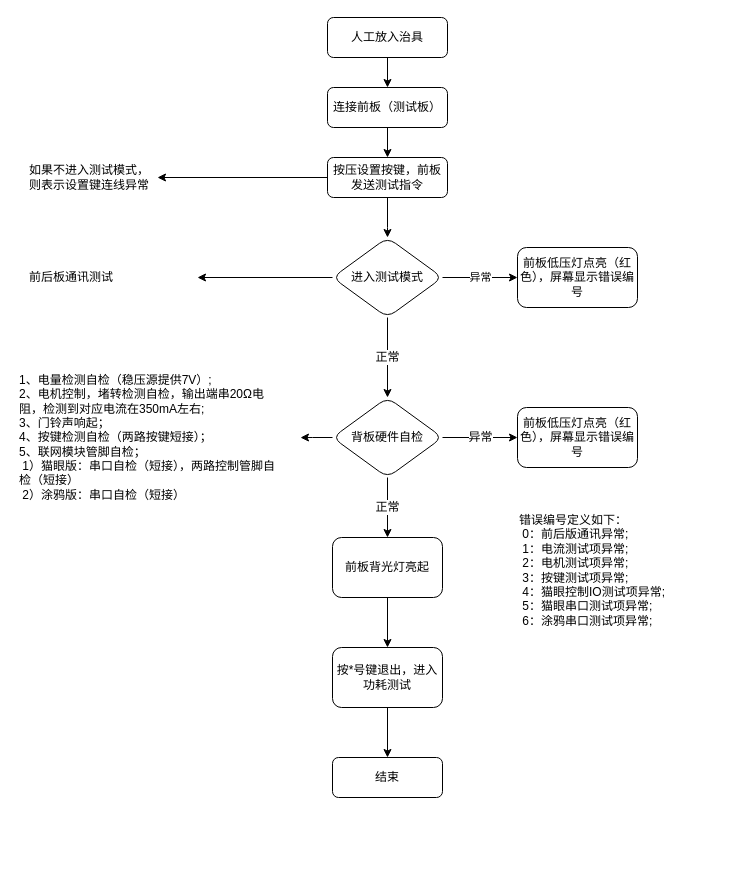
The draw.io diagram Untitled Diagram.drawio in Joho-Liang/GitHub-project, before the edit. Source tidied: cells renumbered, new cells numbered last; positions are measured from the earlier drawing's top-left corner, leaving out a move shared by most shapes. Both pictures are drawn from the tidied source at 100%, with x=0, y=0 at pixel (17, 17).
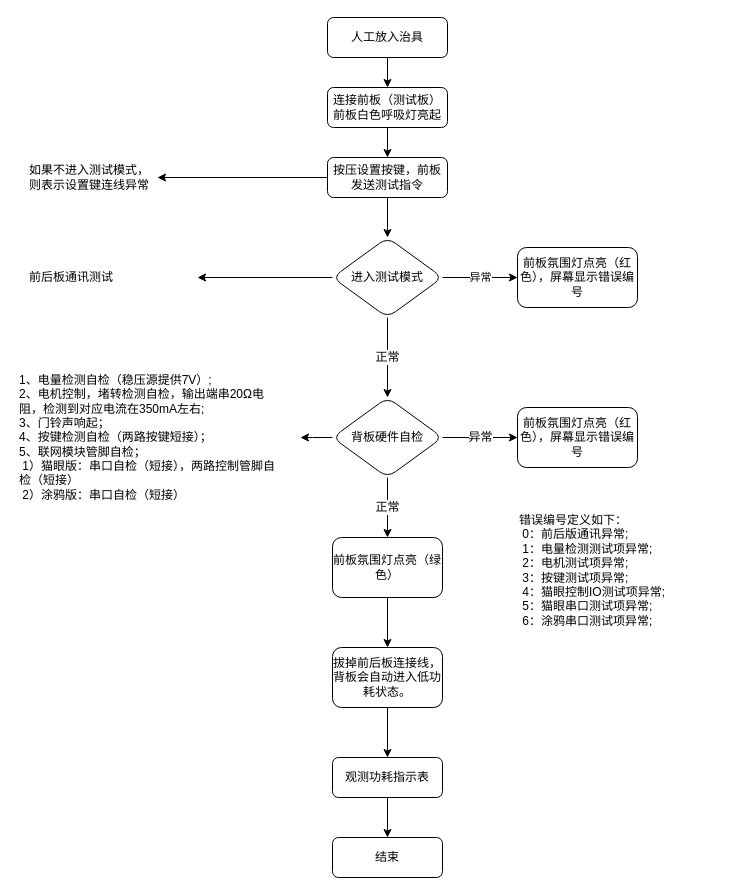
After the change.

What changed in the source:
```diff
@@
-    <mxCell id="5" value="连接前板（测试板）" style="rounded=1;whiteSpace=wrap;html=1;" parent="1" vertex="1">
+    <mxCell id="5" value="连接前板（测试板）&lt;br&gt;前板白色呼吸灯亮起" style="rounded=1;whiteSpace=wrap;html=1;" parent="1" vertex="1">
       <mxGeometry x="310" y="70" width="120" height="40" as="geometry" />
     </mxCell>
@@
-    <mxCell id="12" value="前板低压灯点亮（红色），屏幕显示错误编号" style="whiteSpace=wrap;html=1;rounded=1;" parent="1" vertex="1">
+    <mxCell id="12" value="前板氛围灯点亮（红色），屏幕显示错误编号" style="whiteSpace=wrap;html=1;rounded=1;" parent="1" vertex="1">
       <mxGeometry x="500" y="230" width="120" height="60" as="geometry" />
     </mxCell>
@@
-    <mxCell id="19" value="&lt;span&gt;前板低压灯点亮（红色），&lt;/span&gt;屏幕显示错误编号" style="whiteSpace=wrap;html=1;rounded=1;" parent="1" vertex="1">
+    <mxCell id="19" value="前板氛围灯点亮&lt;span&gt;（红色），&lt;/span&gt;屏幕显示错误编号" style="whiteSpace=wrap;html=1;rounded=1;" parent="1" vertex="1">
       <mxGeometry x="500" y="390" width="120" height="60" as="geometry" />
     </mxCell>
@@
-    <mxCell id="22" value="前板背光灯亮起" style="rounded=1;whiteSpace=wrap;html=1;fontSize=12;align=center;" parent="1" vertex="1">
+    <mxCell id="22" value="前板氛围灯点亮（绿色）" style="rounded=1;whiteSpace=wrap;html=1;fontSize=12;align=center;" parent="1" vertex="1">
       <mxGeometry x="315" y="520" width="110" height="60" as="geometry" />
     </mxCell>
@@
-    <mxCell id="24" value="按*号键退出，进入功耗测试" style="whiteSpace=wrap;html=1;rounded=1;" parent="1" vertex="1">
+    <mxCell id="24" value="拔掉前后板连接线，背板会自动进入低功耗状态。" style="whiteSpace=wrap;html=1;rounded=1;" parent="1" vertex="1">
       <mxGeometry x="315" y="630" width="110" height="60" as="geometry" />
     </mxCell>
+    <mxCell id="28" style="edgeStyle=orthogonalEdgeStyle;rounded=0;jettySize=auto;html=1;fontSize=12;" parent="1" edge="1" source="25" target="29">
+      <mxGeometry relative="1" as="geometry" />
+    </mxCell>
-    <mxCell id="25" value="结束" style="whiteSpace=wrap;html=1;rounded=1;" parent="1" vertex="1">
+    <mxCell id="25" value="观测功耗指示表" style="whiteSpace=wrap;html=1;rounded=1;" parent="1" vertex="1">
       <mxGeometry x="315" y="740" width="110" height="40" as="geometry" />
     </mxCell>
@@
-    <mxCell id="27" value="错误编号定义如下：&lt;br&gt;&lt;span style=&quot;white-space: pre&quot;&gt; &lt;/span&gt;0：前后版通讯异常;&lt;br&gt;&lt;span style=&quot;white-space: pre&quot;&gt; &lt;/span&gt;1：电流测试项异常;&lt;br&gt;&lt;span style=&quot;white-space: pre&quot;&gt; &lt;/span&gt;2：电机测试项异常;&lt;br&gt;&lt;span style=&quot;white-space: pre&quot;&gt; &lt;/span&gt;3：按键测试项异常;&lt;br&gt;&lt;span style=&quot;white-space: pre&quot;&gt; &lt;/span&gt;4：猫眼控制IO测试项异常;&lt;br&gt;&lt;span style=&quot;white-space: pre&quot;&gt; &lt;/span&gt;5：猫眼串口测试项异常;&lt;br&gt;&lt;span style=&quot;white-space: pre&quot;&gt; &lt;/span&gt;6：涂鸦串口测试项异常;" style="text;html=1;strokeColor=none;fillColor=none;align=left;verticalAlign=middle;whiteSpace=wrap;rounded=0;fontSize=12;" parent="1" vertex="1">
+    <mxCell id="27" value="错误编号定义如下：&lt;br&gt;&lt;span style=&quot;white-space: pre&quot;&gt; &lt;/span&gt;0：前后版通讯异常;&lt;br&gt;&lt;span style=&quot;white-space: pre&quot;&gt; &lt;/span&gt;1：电量检测测试项异常;&lt;br&gt;&lt;span style=&quot;white-space: pre&quot;&gt; &lt;/span&gt;2：电机测试项异常;&lt;br&gt;&lt;span style=&quot;white-space: pre&quot;&gt; &lt;/span&gt;3：按键测试项异常;&lt;br&gt;&lt;span style=&quot;white-space: pre&quot;&gt; &lt;/span&gt;4：猫眼控制IO测试项异常;&lt;br&gt;&lt;span style=&quot;white-space: pre&quot;&gt; &lt;/span&gt;5：猫眼串口测试项异常;&lt;br&gt;&lt;span style=&quot;white-space: pre&quot;&gt; &lt;/span&gt;6：涂鸦串口测试项异常;" style="text;html=1;strokeColor=none;fillColor=none;align=left;verticalAlign=middle;whiteSpace=wrap;rounded=0;fontSize=12;" parent="1" vertex="1">
       <mxGeometry x="500" y="475" width="210" height="155" as="geometry" />
     </mxCell>
+    <mxCell id="29" value="结束" style="whiteSpace=wrap;html=1;rounded=1;" parent="1" vertex="1">
+      <mxGeometry x="315" y="820" width="110" height="40" as="geometry" />
+    </mxCell>
```
